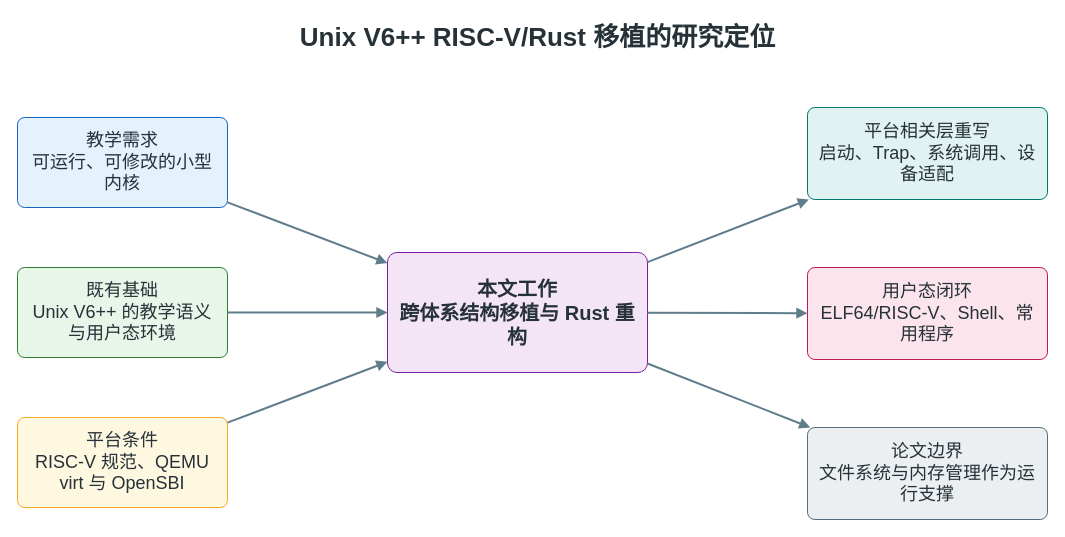
Above: figures/research-positioning.drawio in greatbridf/Thesis (draw.io), before the change. Source tidied: cells renumbered, new cells numbered last; positions are measured from the earlier drawing's top-left corner, leaving out a move shared by most shapes. Both pictures are drawn from the tidied source at 100%, with x=0, y=0 at pixel (17, 17).
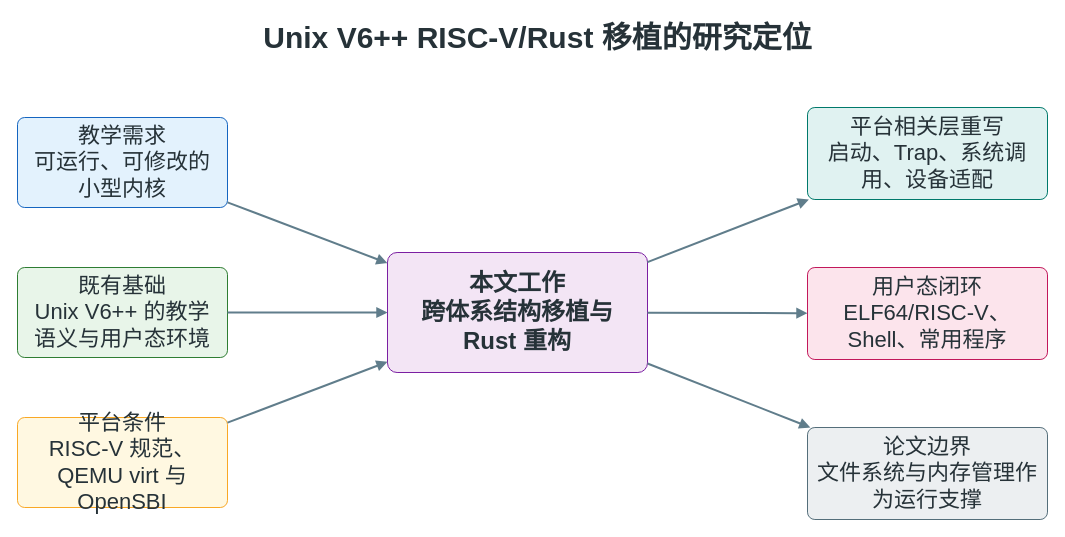
The same diagram, later.

Diff of the diagram source:
```diff
@@
 <mxGraphModel>
   <root>
     <mxCell id="0" />
     <mxCell id="1" parent="0" />
-    <mxCell id="2" value="Unix V6++ RISC-V/Rust 移植的研究定位" style="text;html=1;strokeColor=none;fillColor=none;fontSize=26;fontStyle=1;fontColor=#263238;align=center;verticalAlign=middle;" parent="1" vertex="1">
+    <mxCell id="2" value="Unix V6++ RISC-V/Rust 移植的研究定位" style="text;html=1;strokeColor=none;fillColor=none;fontSize=30;fontStyle=1;fontColor=#263238;align=center;verticalAlign=middle;" parent="1" vertex="1">
       <mxGeometry x="220" width="600" height="40" as="geometry" />
     </mxCell>
-    <mxCell id="3" value="教学需求&#10;可运行、可修改的小型内核" style="rounded=1;whiteSpace=wrap;html=1;arcSize=8;fillColor=#E3F2FD;strokeColor=#1565C0;fontSize=18;fontColor=#263238;spacing=10;" parent="1" vertex="1">
+    <mxCell id="3" value="教学需求&#10;可运行、可修改的小型内核" style="rounded=1;whiteSpace=wrap;html=1;arcSize=8;fillColor=#E3F2FD;strokeColor=#1565C0;fontSize=22;fontColor=#263238;spacing=10;" parent="1" vertex="1">
       <mxGeometry y="100" width="210" height="90" as="geometry" />
     </mxCell>
-    <mxCell id="4" value="既有基础&#10;Unix V6++ 的教学语义与用户态环境" style="rounded=1;whiteSpace=wrap;html=1;arcSize=8;fillColor=#E8F5E9;strokeColor=#2E7D32;fontSize=18;fontColor=#263238;spacing=10;" parent="1" vertex="1">
+    <mxCell id="4" value="既有基础&#10;Unix V6++ 的教学语义与用户态环境" style="rounded=1;whiteSpace=wrap;html=1;arcSize=8;fillColor=#E8F5E9;strokeColor=#2E7D32;fontSize=22;fontColor=#263238;spacing=10;" parent="1" vertex="1">
       <mxGeometry y="250" width="210" height="90" as="geometry" />
     </mxCell>
-    <mxCell id="5" value="平台条件&#10;RISC-V 规范、QEMU virt 与 OpenSBI" style="rounded=1;whiteSpace=wrap;html=1;arcSize=8;fillColor=#FFF8E1;strokeColor=#F9A825;fontSize=18;fontColor=#263238;spacing=10;" parent="1" vertex="1">
+    <mxCell id="5" value="平台条件&#10;RISC-V 规范、QEMU virt 与 OpenSBI" style="rounded=1;whiteSpace=wrap;html=1;arcSize=8;fillColor=#FFF8E1;strokeColor=#F9A825;fontSize=22;fontColor=#263238;spacing=10;" parent="1" vertex="1">
       <mxGeometry y="400" width="210" height="90" as="geometry" />
     </mxCell>
-    <mxCell id="6" value="本文工作&#10;跨体系结构移植与 Rust 重构" style="rounded=1;whiteSpace=wrap;html=1;arcSize=8;fillColor=#F3E5F5;strokeColor=#7B1FA2;fontSize=20;fontStyle=1;fontColor=#263238;spacing=12;" parent="1" vertex="1">
+    <mxCell id="6" value="本文工作&#10;跨体系结构移植与 Rust 重构" style="rounded=1;whiteSpace=wrap;html=1;arcSize=8;fillColor=#F3E5F5;strokeColor=#7B1FA2;fontSize=24;fontStyle=1;fontColor=#263238;spacing=12;" parent="1" vertex="1">
       <mxGeometry x="370" y="235" width="260" height="120" as="geometry" />
     </mxCell>
-    <mxCell id="7" value="平台相关层重写&#10;启动、Trap、系统调用、设备适配" style="rounded=1;whiteSpace=wrap;html=1;arcSize=8;fillColor=#E0F2F1;strokeColor=#00796B;fontSize=18;fontColor=#263238;spacing=10;" parent="1" vertex="1">
+    <mxCell id="7" value="平台相关层重写&#10;启动、Trap、系统调用、设备适配" style="rounded=1;whiteSpace=wrap;html=1;arcSize=8;fillColor=#E0F2F1;strokeColor=#00796B;fontSize=22;fontColor=#263238;spacing=10;" parent="1" vertex="1">
       <mxGeometry x="790" y="90" width="240" height="92" as="geometry" />
     </mxCell>
-    <mxCell id="8" value="用户态闭环&#10;ELF64/RISC-V、Shell、常用程序" style="rounded=1;whiteSpace=wrap;html=1;arcSize=8;fillColor=#FCE4EC;strokeColor=#C2185B;fontSize=18;fontColor=#263238;spacing=10;" parent="1" vertex="1">
+    <mxCell id="8" value="用户态闭环&#10;ELF64/RISC-V、Shell、常用程序" style="rounded=1;whiteSpace=wrap;html=1;arcSize=8;fillColor=#FCE4EC;strokeColor=#C2185B;fontSize=22;fontColor=#263238;spacing=10;" parent="1" vertex="1">
       <mxGeometry x="790" y="250" width="240" height="92" as="geometry" />
     </mxCell>
-    <mxCell id="9" value="论文边界&#10;文件系统与内存管理作为运行支撑" style="rounded=1;whiteSpace=wrap;html=1;arcSize=8;fillColor=#ECEFF1;strokeColor=#546E7A;fontSize=18;fontColor=#263238;spacing=10;" parent="1" vertex="1">
+    <mxCell id="9" value="论文边界&#10;文件系统与内存管理作为运行支撑" style="rounded=1;whiteSpace=wrap;html=1;arcSize=8;fillColor=#ECEFF1;strokeColor=#546E7A;fontSize=22;fontColor=#263238;spacing=10;" parent="1" vertex="1">
       <mxGeometry x="790" y="410" width="240" height="92" as="geometry" />
     </mxCell>
     <mxCell id="10" style="endArrow=block;html=1;rounded=0;strokeWidth=2;strokeColor=#607D8B;" parent="1" edge="1" source="3" target="6">
       <mxGeometry relative="1" as="geometry" />
     </mxCell>
     <mxCell id="11" style="endArrow=block;html=1;rounded=0;strokeWidth=2;strokeColor=#607D8B;" parent="1" edge="1" source="4" target="6">
       <mxGeometry relative="1" as="geometry" />
     </mxCell>
     <mxCell id="12" style="endArrow=block;html=1;rounded=0;strokeWidth=2;strokeColor=#607D8B;" parent="1" edge="1" source="5" target="6">
       <mxGeometry relative="1" as="geometry" />
     </mxCell>
     <mxCell id="13" style="endArrow=block;html=1;rounded=0;strokeWidth=2;strokeColor=#607D8B;" parent="1" edge="1" source="6" target="7">
       <mxGeometry relative="1" as="geometry" />
     </mxCell>
     <mxCell id="14" style="endArrow=block;html=1;rounded=0;strokeWidth=2;strokeColor=#607D8B;" parent="1" edge="1" source="6" target="8">
       <mxGeometry relative="1" as="geometry" />
     </mxCell>
     <mxCell id="15" style="endArrow=block;html=1;rounded=0;strokeWidth=2;strokeColor=#607D8B;" parent="1" edge="1" source="6" target="9">
       <mxGeometry relative="1" as="geometry" />
     </mxCell>
   </root>
 </mxGraphModel>
```
